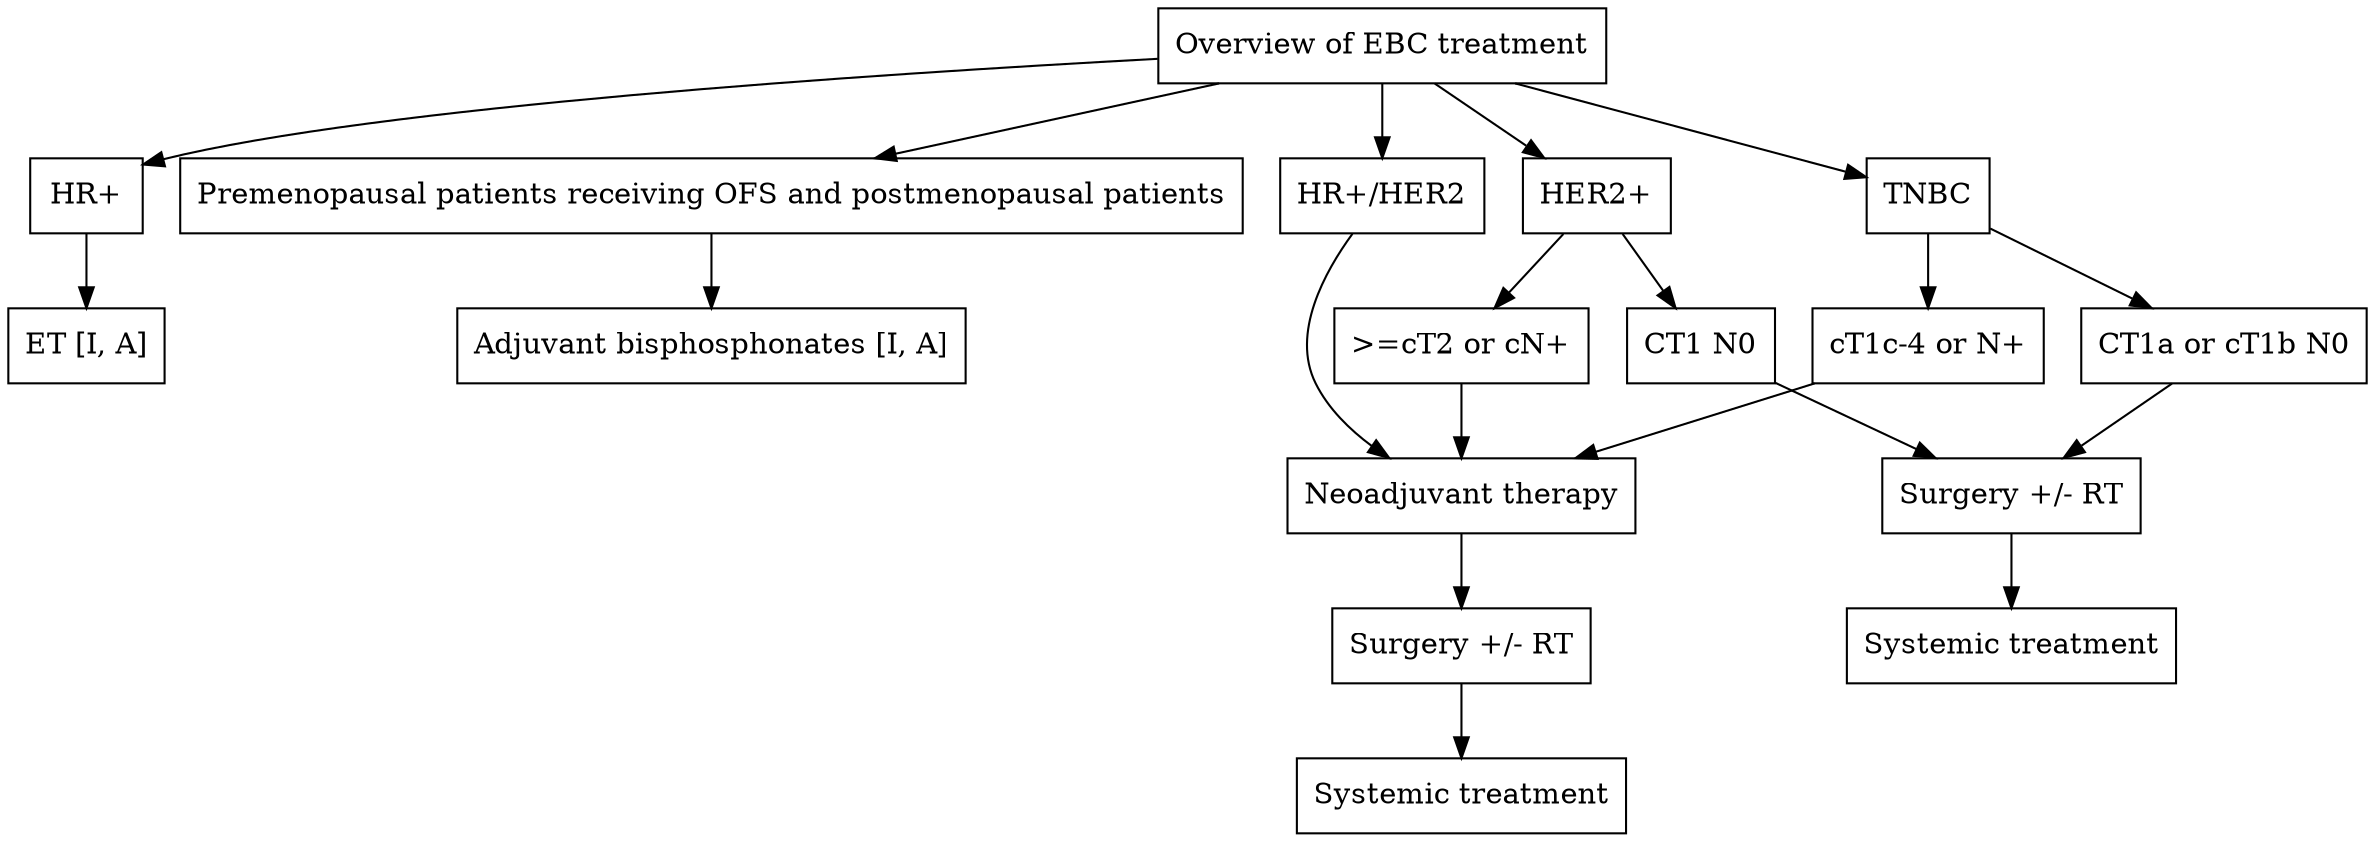
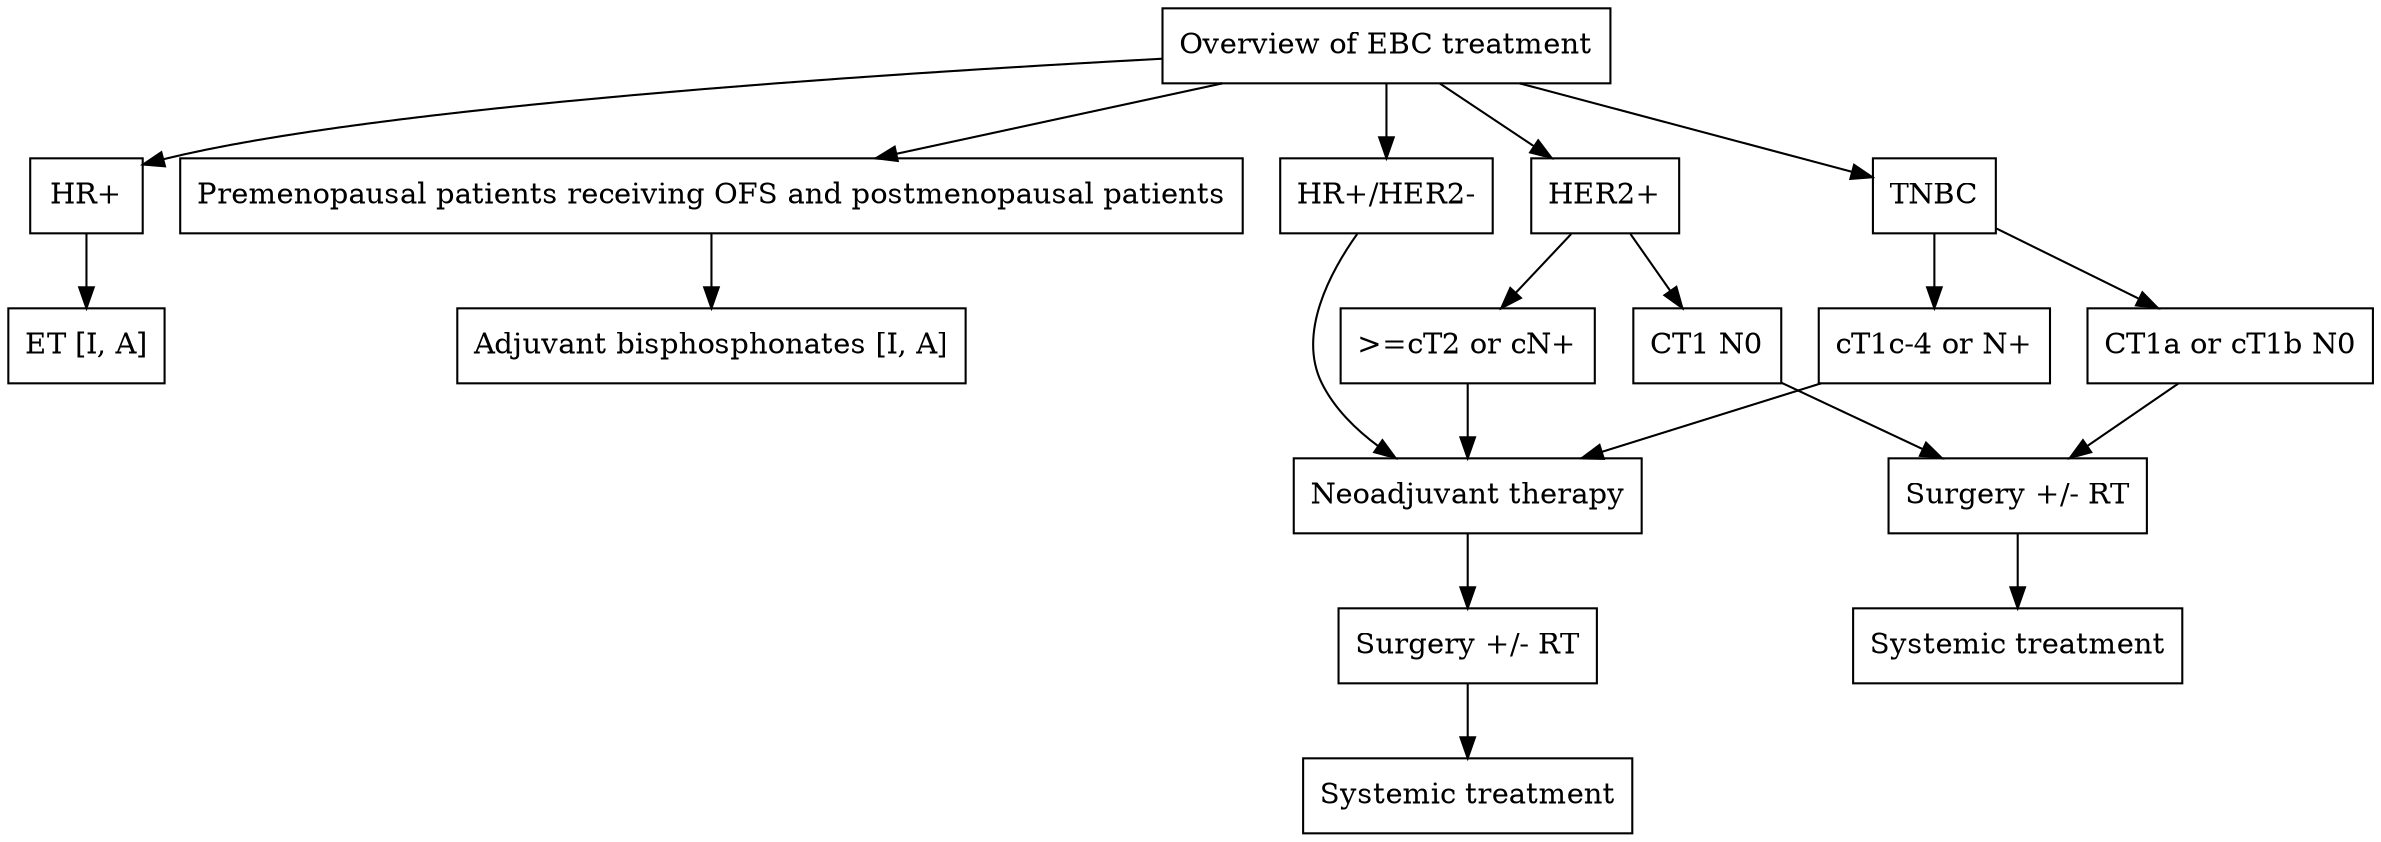
digraph G {
  rankdir=TB;

  r  [label="Overview of EBC treatment", shape=box];

  a1 [label="HR+", shape=box];
  t1 [label="ET [I, A]", shape=box];

  a2 [label="Premenopausal patients receiving OFS and postmenopausal patients", shape=box];
  t2 [label="Adjuvant bisphosphonates [I, A]", shape=box];

-   a3 [label="HR+/HER2", shape=box];
+   a3 [label="HR+/HER2-", shape=box];

  t3 [label="Neoadjuvant therapy", shape=box];
  t4 [label="Surgery +/- RT", shape=box];
  t5 [label="Systemic treatment", shape=box];

  t6 [label="Surgery +/- RT", shape=box];
  t7 [label="Systemic treatment", shape=box];

  a4 [label="HER2+", shape=box];

  b1 [label="CT1 N0", shape=box];
  b2 [label=">=cT2 or cN+", shape=box];

  a5 [label="TNBC", shape=box];

  b3 [label="CT1a or cT1b N0", shape=box];
  b4 [label="cT1c-4 or N+", shape=box];

  r -> a1;
  r -> a2;
  r -> a3;
  r -> a4;
  r -> a5;

  a1 -> t1;
  a2 -> t2;

  a3 -> t3;
  t3 -> t4;
  t4 -> t5;

  a4 -> b1;
  a4 -> b2;

  b1 -> t6;
  t6 -> t7;

  b2 -> t3;

  a5 -> b3;
  a5 -> b4;

  b3 -> t6;
  b4 -> t3;
}
